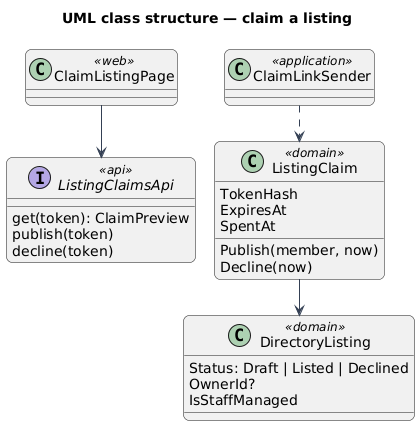
QuinntyneBrown/christian-fitness keeps this PlantUML diagram as docs/detailed-designs/directory/claim-listing/diagrams/class.png. Above is the earlier version.
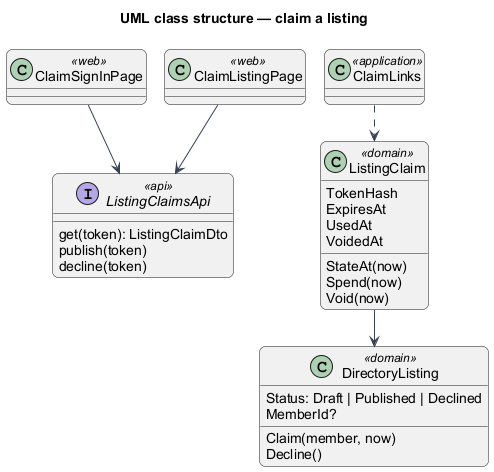
After the change.

Change to the diagram source:
```diff
@@ -6,26 +6,31 @@
 skinparam roundcorner 12
 skinparam defaultFontName Arial
 skinparam ArrowColor #344054
+class ClaimSignInPage <<web>>
 class ClaimListingPage <<web>>
 interface ListingClaimsApi <<api>> {
-  get(token): ClaimPreview
+  get(token): ListingClaimDto
   publish(token)
   decline(token)
 }
 class ListingClaim <<domain>> {
   TokenHash
   ExpiresAt
-  SpentAt
-  Publish(member, now)
-  Decline(now)
+  UsedAt
+  VoidedAt
+  StateAt(now)
+  Spend(now)
+  Void(now)
 }
 class DirectoryListing <<domain>> {
-  Status: Draft | Listed | Declined
-  OwnerId?
-  IsStaffManaged
+  Status: Draft | Published | Declined
+  MemberId?
+  Claim(member, now)
+  Decline()
 }
-class ClaimLinkSender <<application>>
+class ClaimLinks <<application>>
+ClaimSignInPage --> ListingClaimsApi
 ClaimListingPage --> ListingClaimsApi
 ListingClaim --> DirectoryListing
-ClaimLinkSender ..> ListingClaim
+ClaimLinks ..> ListingClaim
 @enduml
```
